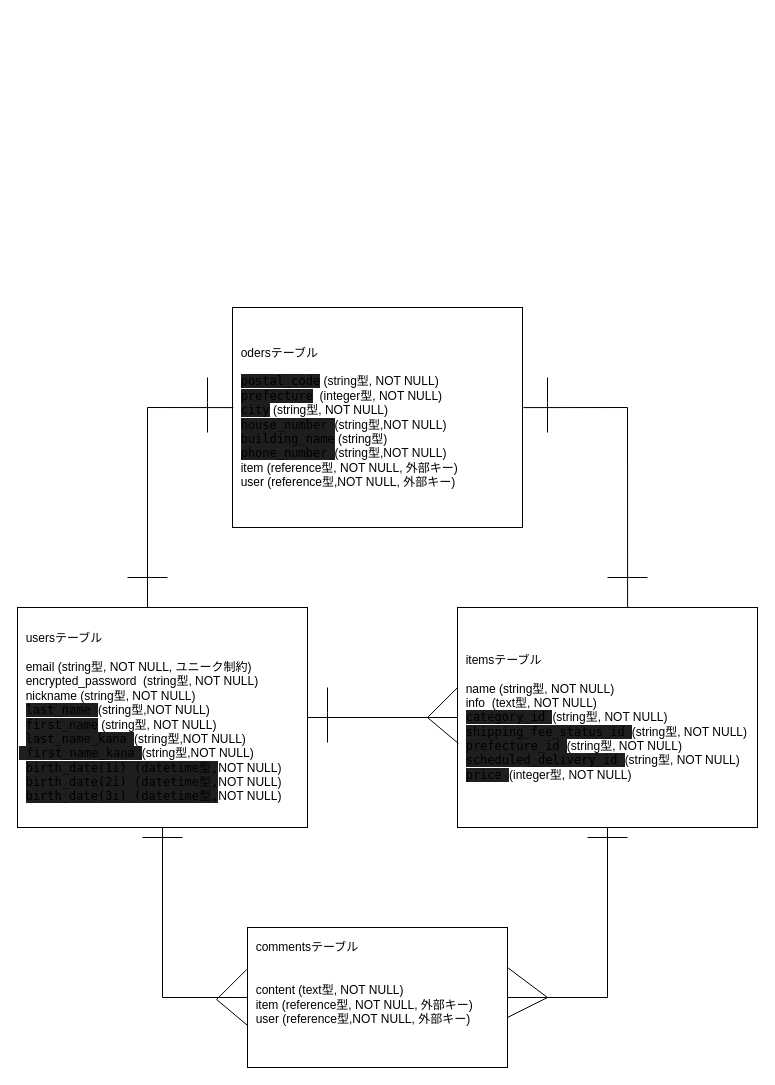
The draw.io diagram ER.dio in ponta4699/furima-38652, before the edit. Source tidied: cells renumbered, new cells numbered last; positions are measured from the earlier drawing's top-left corner, leaving out a move shared by most shapes. Both pictures are drawn from the tidied source at 100%, with x=0, y=0 at pixel (17, 307).
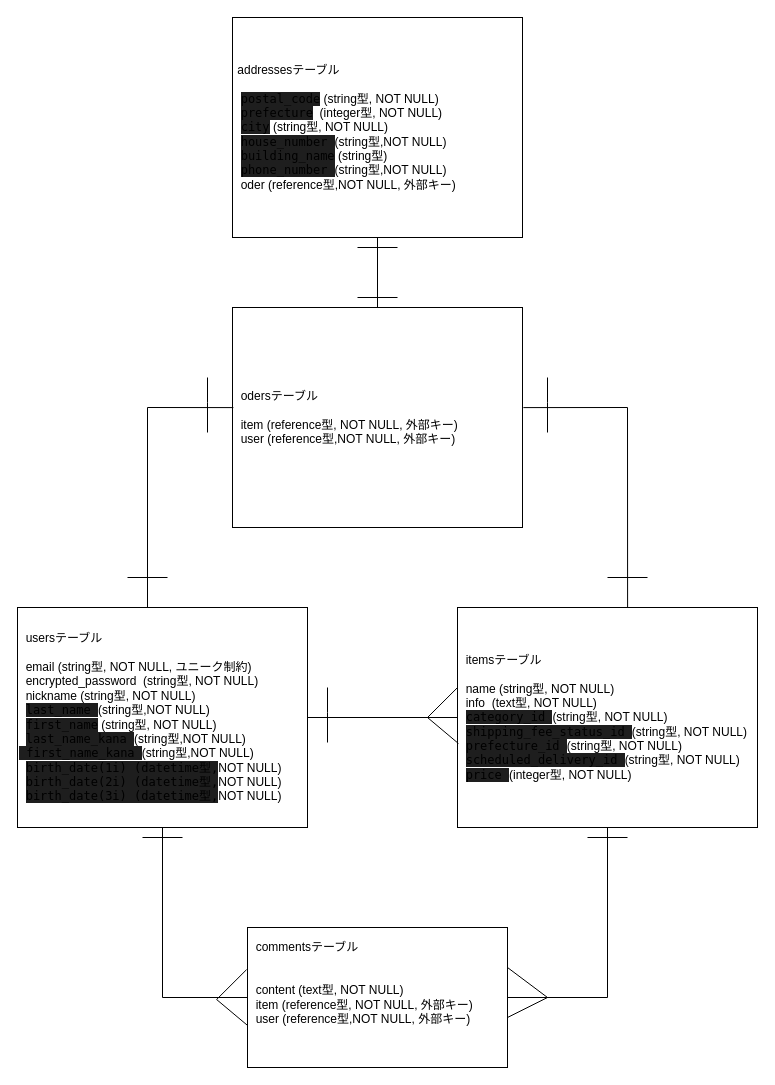
After the change.

Commit message (it also covers changes not shown here):
ER図、READEMEの再修正

What changed in the source:
```diff
@@
+    <mxCell id="25" style="edgeStyle=none;html=1;exitX=0.5;exitY=0;exitDx=0;exitDy=0;entryX=0.5;entryY=1;entryDx=0;entryDy=0;fontColor=#F0F0F0;endArrow=none;endFill=0;" parent="1" edge="1" source="16" target="26">
+      <mxGeometry relative="1" as="geometry" />
+    </mxCell>
-    <mxCell id="16" value="&amp;nbsp; odersテーブル&lt;br&gt;&lt;br&gt;&amp;nbsp;&amp;nbsp;&lt;span style=&quot;background-color: rgb(30 , 30 , 30) ; font-family: &amp;#34;menlo&amp;#34; , &amp;#34;monaco&amp;#34; , &amp;#34;courier new&amp;#34; , monospace&quot;&gt;postal_code&lt;/span&gt;&lt;span&gt;&amp;nbsp;(string型, NOT NULL)&lt;/span&gt;&lt;br&gt;&amp;nbsp;&amp;nbsp;&lt;span style=&quot;background-color: rgb(30 , 30 , 30) ; font-family: &amp;#34;menlo&amp;#34; , &amp;#34;monaco&amp;#34; , &amp;#34;courier new&amp;#34; , monospace&quot;&gt;prefecture&lt;/span&gt;&lt;span&gt;&amp;nbsp; (integer型, NOT NULL)&lt;/span&gt;&lt;br&gt;&amp;nbsp;&amp;nbsp;&lt;span style=&quot;background-color: rgb(30 , 30 , 30) ; font-family: &amp;#34;menlo&amp;#34; , &amp;#34;monaco&amp;#34; , &amp;#34;courier new&amp;#34; , monospace&quot;&gt;city&lt;/span&gt;&lt;span&gt;&amp;nbsp;(string型, NOT NULL)&lt;/span&gt;&lt;br&gt;&amp;nbsp;&amp;nbsp;&lt;span style=&quot;background-color: rgb(30 , 30 , 30) ; font-family: &amp;#34;menlo&amp;#34; , &amp;#34;monaco&amp;#34; , &amp;#34;courier new&amp;#34; , monospace&quot;&gt;house_number&lt;/span&gt;&lt;span style=&quot;background-color: rgb(30 , 30 , 30) ; font-family: &amp;#34;menlo&amp;#34; , &amp;#34;monaco&amp;#34; , &amp;#34;courier new&amp;#34; , monospace&quot;&gt;&amp;nbsp;&lt;/span&gt;&lt;span&gt;(&lt;/span&gt;&lt;span&gt;string&lt;/span&gt;&lt;span&gt;型,NOT NULL)&lt;/span&gt;&lt;br&gt;&amp;nbsp;&amp;nbsp;&lt;span style=&quot;background-color: rgb(30 , 30 , 30) ; font-family: &amp;#34;menlo&amp;#34; , &amp;#34;monaco&amp;#34; , &amp;#34;courier new&amp;#34; , monospace&quot;&gt;building_name&lt;/span&gt;&lt;span&gt;&amp;nbsp;(&lt;/span&gt;&lt;span&gt;string&lt;/span&gt;&lt;span&gt;型)&lt;/span&gt;&lt;br&gt;&amp;nbsp;&amp;nbsp;&lt;span style=&quot;background-color: rgb(30 , 30 , 30) ; font-family: &amp;#34;menlo&amp;#34; , &amp;#34;monaco&amp;#34; , &amp;#34;courier new&amp;#34; , monospace&quot;&gt;phone_number&lt;/span&gt;&lt;span style=&quot;background-color: rgb(30 , 30 , 30) ; font-family: &amp;#34;menlo&amp;#34; , &amp;#34;monaco&amp;#34; , &amp;#34;courier new&amp;#34; , monospace&quot;&gt;&amp;nbsp;&lt;/span&gt;&lt;span&gt;(&lt;/span&gt;&lt;span&gt;string&lt;/span&gt;&lt;span&gt;型,NOT NULL)&lt;/span&gt;&lt;br&gt;&amp;nbsp; item (reference型, NOT NULL, 外部キー)&lt;br&gt;&amp;nbsp; user (reference型,NOT NULL, 外部キー)&lt;span style=&quot;background-color: rgb(30 , 30 , 30) ; color: rgb(212 , 212 , 212) ; font-family: &amp;#34;menlo&amp;#34; , &amp;#34;monaco&amp;#34; , &amp;#34;courier new&amp;#34; , monospace&quot;&gt;&lt;br&gt;&lt;/span&gt;" style="whiteSpace=wrap;html=1;align=left;" parent="1" vertex="1">
+    <mxCell id="16" value="&amp;nbsp; odersテーブル&lt;br&gt;&lt;br&gt;&amp;nbsp; item (reference型, NOT NULL, 外部キー)&lt;br&gt;&amp;nbsp; user (reference型,NOT NULL, 外部キー)&lt;span style=&quot;background-color: rgb(30 , 30 , 30) ; color: rgb(212 , 212 , 212) ; font-family: &amp;#34;menlo&amp;#34; , &amp;#34;monaco&amp;#34; , &amp;#34;courier new&amp;#34; , monospace&quot;&gt;&lt;br&gt;&lt;/span&gt;" style="whiteSpace=wrap;html=1;align=left;" parent="1" vertex="1">
       <mxGeometry x="215" width="290" height="220" as="geometry" />
     </mxCell>
@@
+    <mxCell id="26" value="&amp;nbsp;a&lt;span style=&quot;background-color: transparent ; font-family: , , &amp;#34;sf mono&amp;#34; , &amp;#34;menlo&amp;#34; , &amp;#34;consolas&amp;#34; , &amp;#34;liberation mono&amp;#34; , monospace ; font-size: 11.9px&quot;&gt;ddresses&lt;/span&gt;&lt;span&gt;テーブル&lt;/span&gt;&lt;br&gt;&lt;br&gt;&amp;nbsp;&amp;nbsp;&lt;span style=&quot;background-color: rgb(30 , 30 , 30) ; font-family: &amp;#34;menlo&amp;#34; , &amp;#34;monaco&amp;#34; , &amp;#34;courier new&amp;#34; , monospace&quot;&gt;postal_code&lt;/span&gt;&amp;nbsp;(string型, NOT NULL)&lt;br&gt;&amp;nbsp;&amp;nbsp;&lt;span style=&quot;background-color: rgb(30 , 30 , 30) ; font-family: &amp;#34;menlo&amp;#34; , &amp;#34;monaco&amp;#34; , &amp;#34;courier new&amp;#34; , monospace&quot;&gt;prefecture&lt;/span&gt;&amp;nbsp; (integer型, NOT NULL)&lt;br&gt;&amp;nbsp;&amp;nbsp;&lt;span style=&quot;background-color: rgb(30 , 30 , 30) ; font-family: &amp;#34;menlo&amp;#34; , &amp;#34;monaco&amp;#34; , &amp;#34;courier new&amp;#34; , monospace&quot;&gt;city&lt;/span&gt;&amp;nbsp;(string型, NOT NULL)&lt;br&gt;&amp;nbsp;&amp;nbsp;&lt;span style=&quot;background-color: rgb(30 , 30 , 30) ; font-family: &amp;#34;menlo&amp;#34; , &amp;#34;monaco&amp;#34; , &amp;#34;courier new&amp;#34; , monospace&quot;&gt;house_number&lt;/span&gt;&lt;span style=&quot;background-color: rgb(30 , 30 , 30) ; font-family: &amp;#34;menlo&amp;#34; , &amp;#34;monaco&amp;#34; , &amp;#34;courier new&amp;#34; , monospace&quot;&gt;&amp;nbsp;&lt;/span&gt;(string型,NOT NULL)&lt;br&gt;&amp;nbsp;&amp;nbsp;&lt;span style=&quot;background-color: rgb(30 , 30 , 30) ; font-family: &amp;#34;menlo&amp;#34; , &amp;#34;monaco&amp;#34; , &amp;#34;courier new&amp;#34; , monospace&quot;&gt;building_name&lt;/span&gt;&amp;nbsp;(string型)&lt;br&gt;&amp;nbsp;&amp;nbsp;&lt;span style=&quot;background-color: rgb(30 , 30 , 30) ; font-family: &amp;#34;menlo&amp;#34; , &amp;#34;monaco&amp;#34; , &amp;#34;courier new&amp;#34; , monospace&quot;&gt;phone_number&lt;/span&gt;&lt;span style=&quot;background-color: rgb(30 , 30 , 30) ; font-family: &amp;#34;menlo&amp;#34; , &amp;#34;monaco&amp;#34; , &amp;#34;courier new&amp;#34; , monospace&quot;&gt;&amp;nbsp;&lt;/span&gt;(string型,NOT NULL)&lt;br&gt;&amp;nbsp; oder (reference型,NOT NULL, 外部キー)&lt;span style=&quot;background-color: rgb(30 , 30 , 30) ; color: rgb(212 , 212 , 212) ; font-family: &amp;#34;menlo&amp;#34; , &amp;#34;monaco&amp;#34; , &amp;#34;courier new&amp;#34; , monospace&quot;&gt;&lt;br&gt;&lt;/span&gt;" style="whiteSpace=wrap;html=1;align=left;" parent="1" vertex="1">
+      <mxGeometry x="215" y="-290" width="290" height="220" as="geometry" />
+    </mxCell>
+    <mxCell id="27" style="endArrow=none;html=1;rounded=0;fontSize=10;" parent="1" edge="1">
+      <mxGeometry relative="1" as="geometry">
+        <mxPoint x="340" y="-10" as="sourcePoint" />
+        <mxPoint x="380" y="-10" as="targetPoint" />
+      </mxGeometry>
+    </mxCell>
+    <mxCell id="28" style="endArrow=none;html=1;rounded=0;fontSize=10;" parent="1" edge="1">
+      <mxGeometry relative="1" as="geometry">
+        <mxPoint x="340" y="-60" as="sourcePoint" />
+        <mxPoint x="380" y="-60" as="targetPoint" />
+      </mxGeometry>
+    </mxCell>
```
